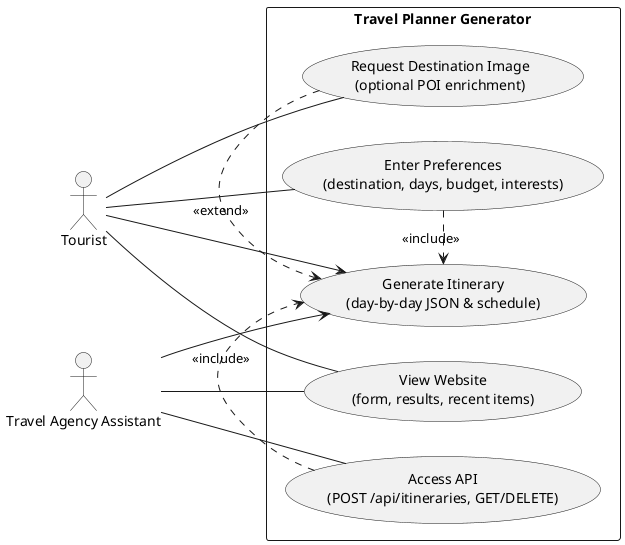
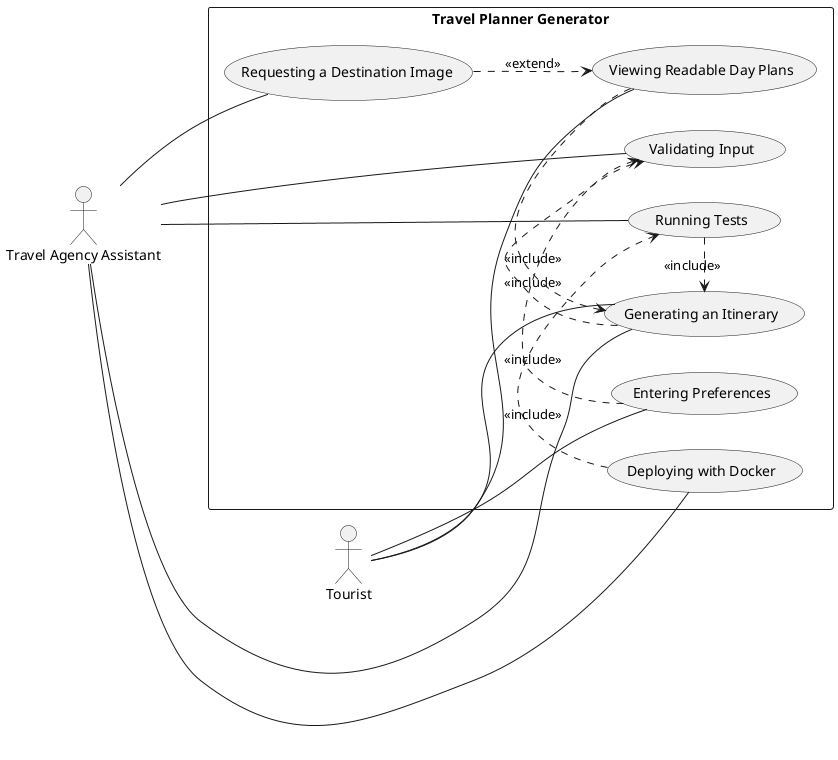
@startuml
left to right direction
skinparam packageStyle rectangle

actor Tourist
actor "Travel Agency Assistant" as Assistant

- package "Travel Planner Generator" {
-   usecase "Enter Preferences\n(destination, days, budget, interests)" as EnterPrefs
-   usecase "Generate Itinerary\n(day-by-day JSON & schedule)" as GenerateItin
-   usecase "View Website\n(form, results, recent items)" as ViewWebsite
-   usecase "Request Destination Image\n(optional POI enrichment)" as ReqImage
-   usecase "Access API\n(POST /api/itineraries, GET/DELETE)" as AccessAPI
+ rectangle "Travel Planner Generator" {
+   usecase "Entering Preferences" as UC_Enter
+   usecase "Validating Input" as UC_Validate
+   usecase "Generating an Itinerary" as UC_Generate
+   usecase "Viewing Readable Day Plans" as UC_View
+   usecase "Requesting a Destination Image" as UC_Image
+   usecase "Running Tests" as UC_Tests
+   usecase "Deploying with Docker" as UC_Docker
}

- Tourist -- ViewWebsite
- Tourist -- EnterPrefs
- Tourist --> GenerateItin
- Tourist -- ReqImage
+ ' Primary actor interactions
+ Tourist -- UC_Enter
+ Tourist -- UC_Generate
+ Tourist -- UC_View

- Assistant -- AccessAPI
- Assistant -- ViewWebsite
- Assistant --> GenerateItin
+ Assistant -- UC_Validate
+ Assistant -- UC_Image
+ Assistant -- UC_Tests
+ Assistant -- UC_Docker
+ Assistant -- UC_Generate

- EnterPrefs .> GenerateItin : <<include>>
- AccessAPI .> GenerateItin : <<include>>
- ReqImage .> GenerateItin : <<extend>>
+ ' Use case relationships
+ UC_Enter .> UC_Validate : <<include>>
+ UC_Generate .> UC_Validate : <<include>>
+ UC_View .> UC_Generate : <<include>>
+ UC_Image ..> UC_View : <<extend>>
+ UC_Tests .> UC_Generate : <<include>>
+ UC_Docker .> UC_Tests : <<include>>
+ 
@enduml